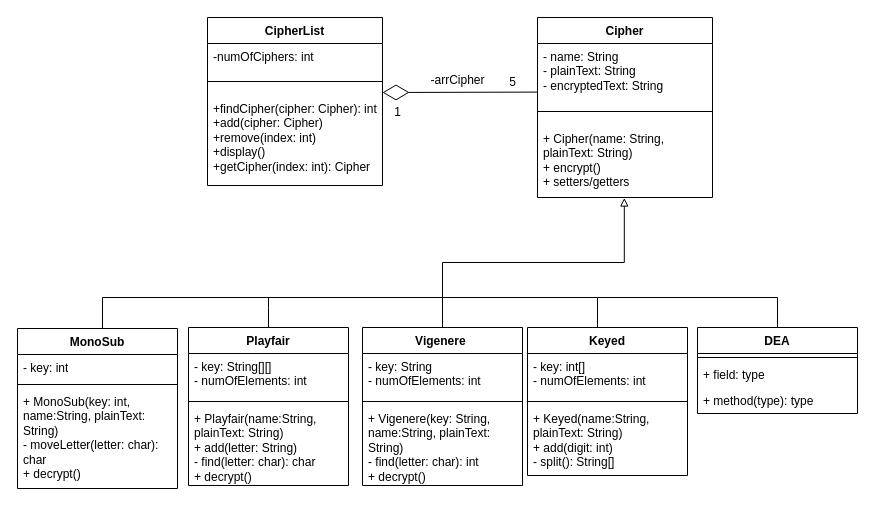
HAQ7/educational-encryption-program keeps this draw.io diagram as UML_CLASS_edu_cipher_program.drawio. Above is the earlier version. Source tidied: cells renumbered, new cells numbered last; positions are measured from the earlier drawing's top-left corner, leaving out a move shared by most shapes. Both pictures are drawn from the tidied source at 100%, with x=0, y=0 at pixel (17, 17).
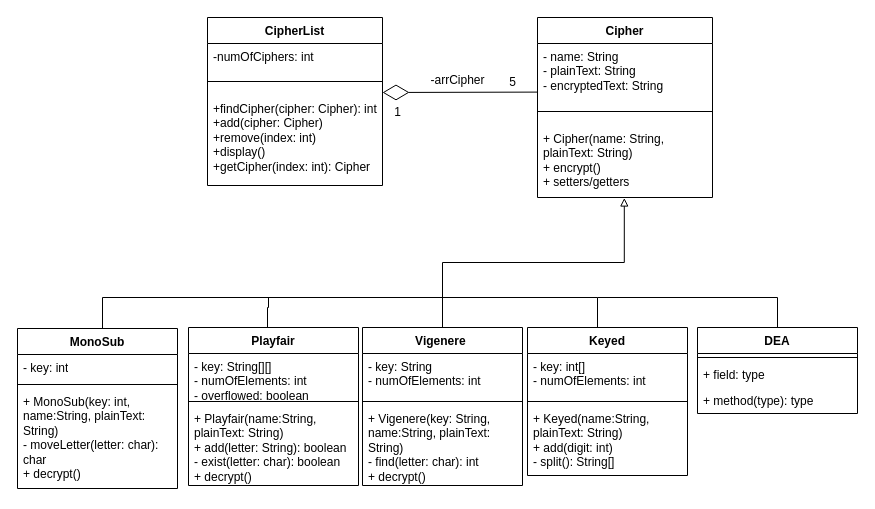
The same diagram, later.

Commit message (it also covers changes not shown here):
# Playfair Code completed

Change to the diagram source:
```diff
@@
     <mxCell id="11" style="edgeStyle=orthogonalEdgeStyle;rounded=0;jettySize=auto;html=1;endArrow=none;endFill=0;" parent="1" edge="1" source="12">
       <mxGeometry relative="1" as="geometry">
         <mxPoint x="251" y="280" as="targetPoint" />
+        <Array as="points">
+          <mxPoint x="250" y="290" />
+          <mxPoint x="251" y="290" />
+        </Array>
       </mxGeometry>
     </mxCell>
     <mxCell id="12" value="Playfair" style="swimlane;fontStyle=1;align=center;verticalAlign=top;horizontal=1;startSize=26;whiteSpace=wrap;html=1;" parent="1" vertex="1">
-      <mxGeometry x="171" y="310" width="160" height="158" as="geometry" />
+      <mxGeometry x="171" y="310" width="170" height="158" as="geometry" />
     </mxCell>
-    <mxCell id="13" value="- key: String[][]&lt;br&gt;- numOfElements: int" style="text;strokeColor=none;fillColor=none;align=left;verticalAlign=top;spacingLeft=4;spacingRight=4;overflow=hidden;whiteSpace=wrap;html=1;" parent="12" vertex="1">
-      <mxGeometry y="26" width="160" height="44" as="geometry" />
+    <mxCell id="13" value="- key: String[][]&lt;br&gt;- numOfElements: int&lt;br&gt;- overflowed: boolean" style="text;strokeColor=none;fillColor=none;align=left;verticalAlign=top;spacingLeft=4;spacingRight=4;overflow=hidden;whiteSpace=wrap;html=1;" parent="12" vertex="1">
+      <mxGeometry y="26" width="170" height="44" as="geometry" />
     </mxCell>
     <mxCell id="14" style="line;strokeWidth=1;fillColor=none;align=left;verticalAlign=middle;spacingTop=-1;spacingLeft=3;spacingRight=3;labelPosition=right;strokeColor=inherit;" parent="12" vertex="1">
-      <mxGeometry y="70" width="160" height="8" as="geometry" />
+      <mxGeometry y="70" width="170" height="8" as="geometry" />
     </mxCell>
-    <mxCell id="15" value="+ Playfair(name:String, plainText: String)&lt;br&gt;+ add(letter: String)&lt;br&gt;- find(letter: char): char&lt;br&gt;+ decrypt()" style="text;strokeColor=none;fillColor=none;align=left;verticalAlign=top;spacingLeft=4;spacingRight=4;overflow=hidden;whiteSpace=wrap;html=1;" parent="12" vertex="1">
-      <mxGeometry y="78" width="160" height="80" as="geometry" />
+    <mxCell id="15" value="+ Playfair(name:String, plainText: String)&lt;br&gt;+ add(letter: String): boolean&lt;br&gt;- exist(letter: char): boolean&lt;br&gt;+ decrypt()" style="text;strokeColor=none;fillColor=none;align=left;verticalAlign=top;spacingLeft=4;spacingRight=4;overflow=hidden;whiteSpace=wrap;html=1;" parent="12" vertex="1">
+      <mxGeometry y="78" width="170" height="80" as="geometry" />
     </mxCell>
```
